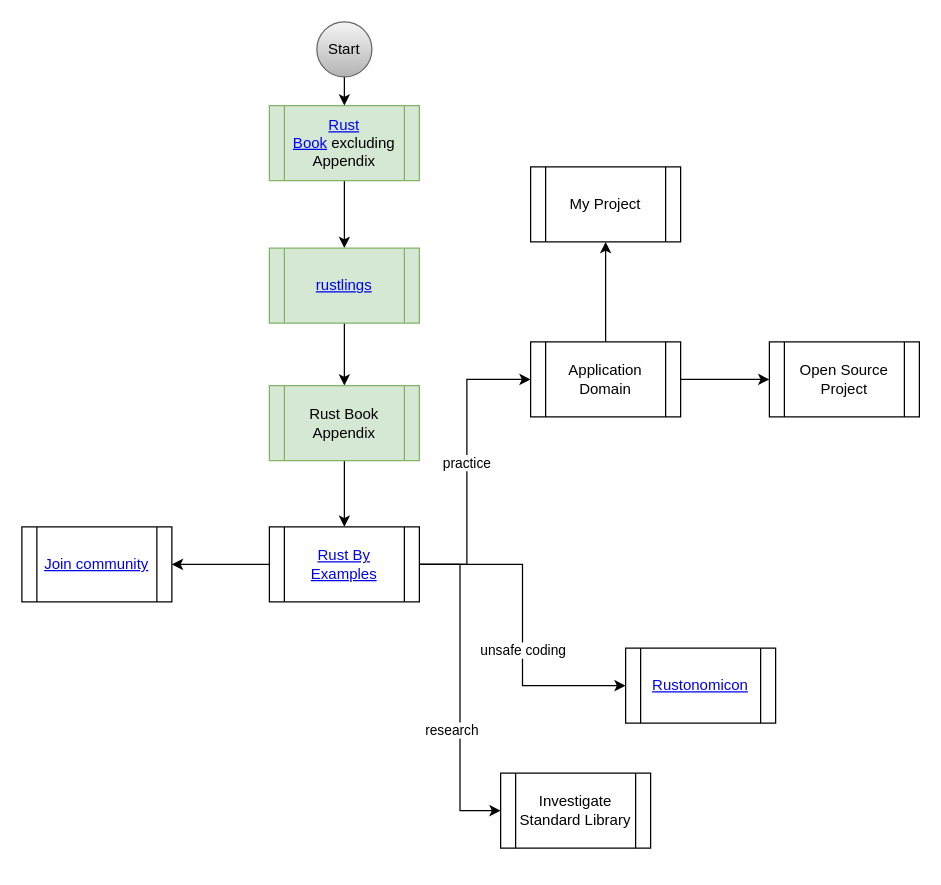
gftea/rust_lang_notes keeps this draw.io diagram as learning_roadmap.drawio. Above is the earlier version. Source tidied: cells renumbered, new cells numbered last; positions are measured from the earlier drawing's top-left corner, leaving out a move shared by most shapes. Both pictures are drawn from the tidied source at 125%, with x=0, y=0 at pixel (21, 21).
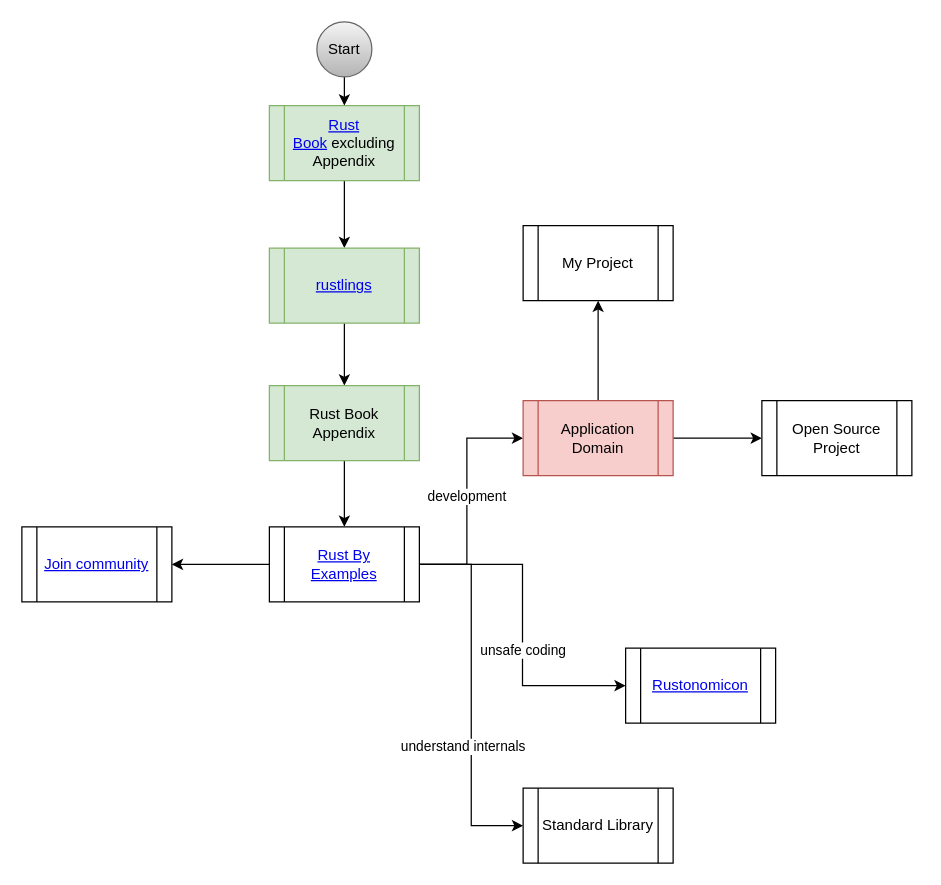
The same diagram, later.

Unchanged cells that the change refers to:
```xml
<mxCell id="10" style="edgeStyle=orthogonalEdgeStyle;rounded=0;jettySize=auto;html=1;entryX=0;entryY=0.5;entryDx=0;entryDy=0;" parent="1" edge="1" source="12" target="23">
  <mxGeometry relative="1" as="geometry" />
</mxCell>
<mxCell id="12" value="&lt;a href=&quot;https://doc.rust-lang.org/stable/rust-by-example/&quot;&gt;Rust By Examples&lt;/a&gt;" style="shape=process;whiteSpace=wrap;html=1;backgroundOutline=1;" parent="1" vertex="1">
  <mxGeometry x="198" y="404" width="120" height="60" as="geometry" />
</mxCell>
```

What changed in the source:
```diff
@@
-    <mxCell id="8" value="practice" style="edgeStyle=orthogonalEdgeStyle;rounded=0;jettySize=auto;html=1;" parent="1" edge="1" source="12" target="17">
+    <mxCell id="8" value="development" style="edgeStyle=orthogonalEdgeStyle;rounded=0;jettySize=auto;html=1;entryX=0;entryY=0.5;entryDx=0;entryDy=0;" parent="1" edge="1" source="12" target="17">
       <mxGeometry relative="1" as="geometry">
         <Array as="points">
           <mxPoint x="356" y="434" />
-          <mxPoint x="356" y="286" />
+          <mxPoint x="356" y="333" />
         </Array>
       </mxGeometry>
     </mxCell>
@@
-    <mxCell id="11" value="research" style="edgeLabel;html=1;align=center;verticalAlign=middle;" parent="10" vertex="1">
+    <mxCell id="11" value="understand internals" style="edgeLabel;html=1;align=center;verticalAlign=middle;" parent="10" vertex="1">
       <mxGeometry x="0.45" y="3" relative="1" as="geometry">
         <mxPoint x="-10" y="-25" as="offset" />
       </mxGeometry>
     </mxCell>
@@
     <mxCell id="15" value="Open Source Project" style="shape=process;whiteSpace=wrap;html=1;backgroundOutline=1;" parent="1" vertex="1">
-      <mxGeometry x="598" y="256" width="120" height="60" as="geometry" />
+      <mxGeometry x="592" y="303" width="120" height="60" as="geometry" />
     </mxCell>
     <mxCell id="16" value="My Project" style="shape=process;whiteSpace=wrap;html=1;backgroundOutline=1;" parent="1" vertex="1">
-      <mxGeometry x="407" y="116" width="120" height="60" as="geometry" />
+      <mxGeometry x="401" y="163" width="120" height="60" as="geometry" />
     </mxCell>
-    <mxCell id="17" value="Application Domain" style="shape=process;whiteSpace=wrap;html=1;backgroundOutline=1;" parent="1" vertex="1">
-      <mxGeometry x="407" y="256" width="120" height="60" as="geometry" />
+    <mxCell id="17" value="Application Domain" style="shape=process;whiteSpace=wrap;html=1;backgroundOutline=1;fillColor=#f8cecc;strokeColor=#b85450;" parent="1" vertex="1">
+      <mxGeometry x="401" y="303" width="120" height="60" as="geometry" />
     </mxCell>
@@
-    <mxCell id="23" value="Investigate Standard Library" style="shape=process;whiteSpace=wrap;html=1;backgroundOutline=1;" parent="1" vertex="1">
-      <mxGeometry x="383" y="601" width="120" height="60" as="geometry" />
+    <mxCell id="23" value="Standard Library" style="shape=process;whiteSpace=wrap;html=1;backgroundOutline=1;" parent="1" vertex="1">
+      <mxGeometry x="401" y="613" width="120" height="60" as="geometry" />
     </mxCell>
```
